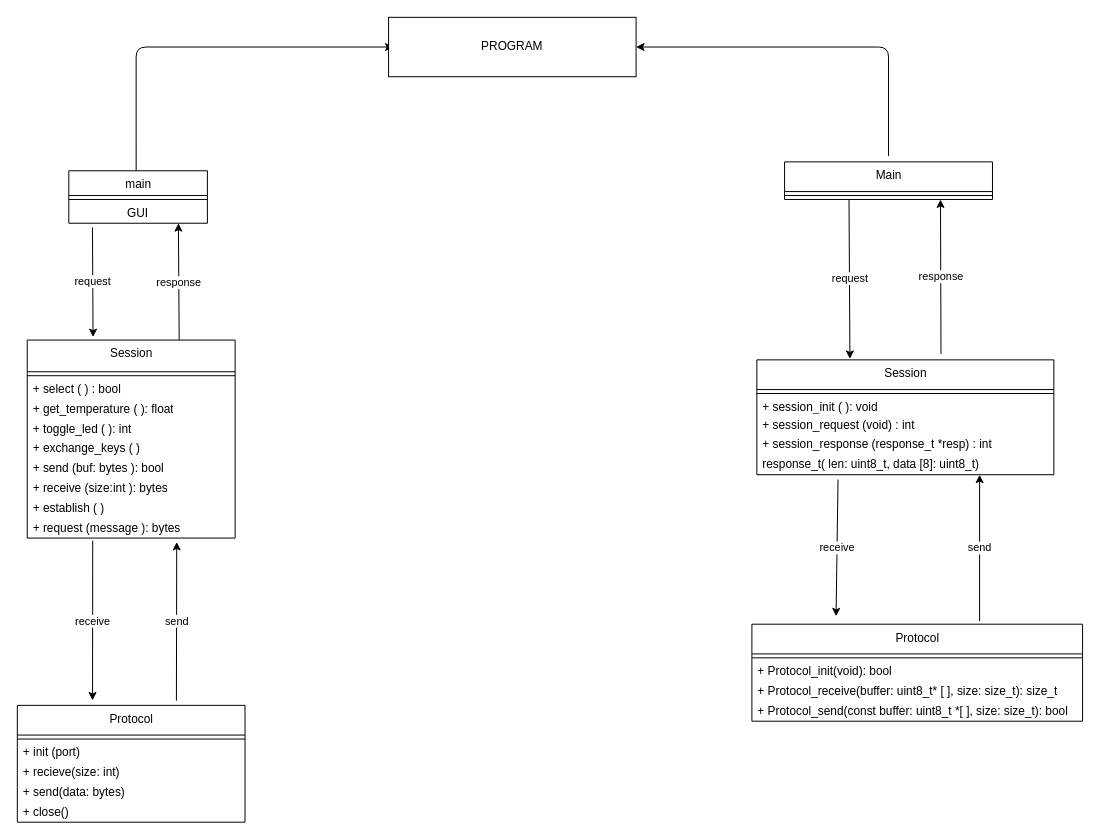
This is docs/diagram.drawio from nkkyviv/Security, a draw.io file, before an edit. Source tidied: cells renumbered, new cells numbered last; positions are measured from the earlier drawing's top-left corner, leaving out a move shared by most shapes. Both pictures are drawn from the tidied source at 99%, with x=0, y=0 at pixel (17, 17).
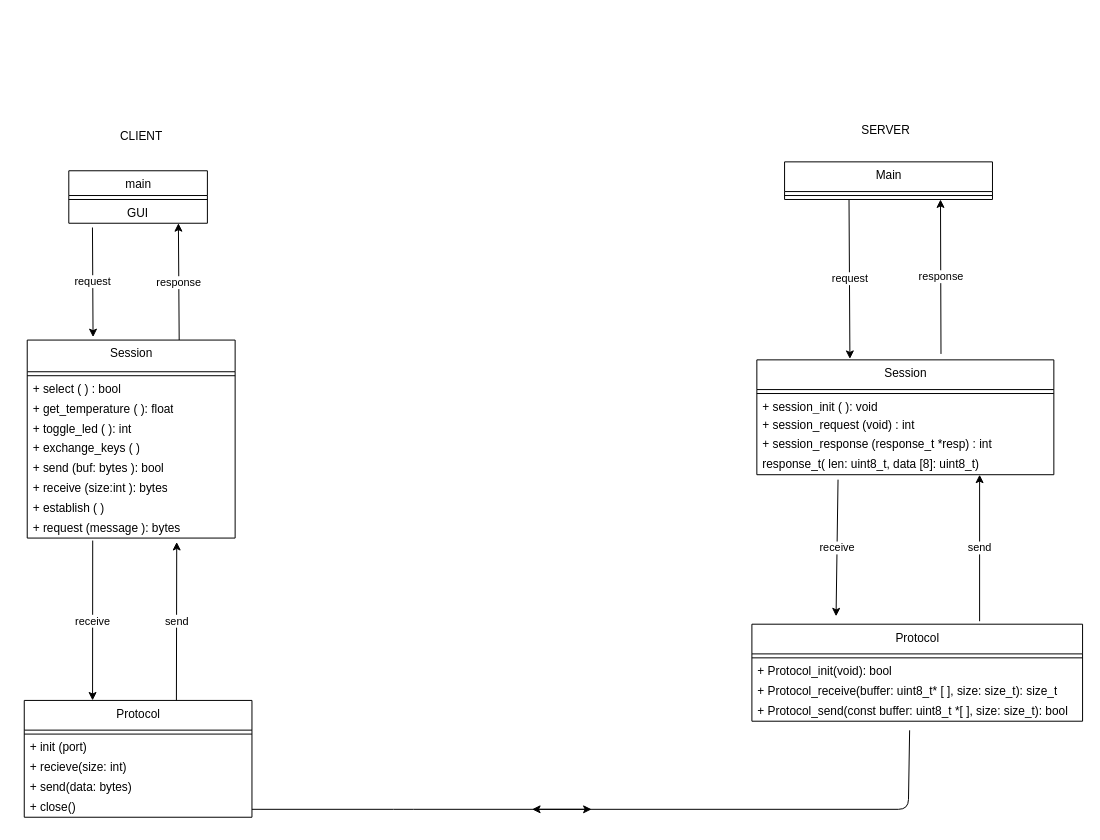
After the change.

Unchanged cells that the change refers to:
```xml
<mxCell id="6" value="+ Protocol_send(const buffer: uint8_t *[ ], size: size_t): bool" style="text;html=1;strokeColor=none;fillColor=none;align=left;verticalAlign=middle;spacingLeft=4;spacingRight=4;overflow=hidden;points=[[0,0.5],[1,0.5]];portConstraint=eastwest;" parent="2" vertex="1">
  <mxGeometry y="78" width="334" height="20" as="geometry" />
</mxCell>
<mxCell id="40" value="main" style="swimlane;fontStyle=0;align=center;verticalAlign=top;horizontal=1;startSize=25;html=1;" parent="1" vertex="1">
  <mxGeometry x="52" y="155" width="140" height="53" as="geometry" />
</mxCell>
```

What changed in the source:
```diff
@@
-    <mxCell id="7" style="edgeStyle=none;html=1;entryX=1;entryY=0.5;entryDx=0;entryDy=0;" parent="1" edge="1" target="12">
-      <mxGeometry relative="1" as="geometry">
-        <mxPoint x="880" y="140" as="sourcePoint" />
-        <Array as="points">
-          <mxPoint x="880" y="30" />
-        </Array>
-      </mxGeometry>
-    </mxCell>
@@
-    <mxCell id="11" style="edgeStyle=none;html=1;exitX=0.486;exitY=0.283;exitDx=0;exitDy=0;exitPerimeter=0;" parent="1" edge="1" source="40">
-      <mxGeometry relative="1" as="geometry">
-        <mxPoint x="380" y="30" as="targetPoint" />
-        <Array as="points">
-          <mxPoint x="120" y="30" />
-        </Array>
-      </mxGeometry>
-    </mxCell>
-    <mxCell id="12" value="PROGRAM" style="rounded=0;whiteSpace=wrap;html=1;" parent="1" vertex="1">
-      <mxGeometry x="375" width="250" height="60" as="geometry" />
-    </mxCell>
@@
     <mxCell id="25" value="Protocol" style="swimlane;fontStyle=0;align=center;verticalAlign=top;horizontal=1;startSize=30;html=1;" parent="1" vertex="1">
-      <mxGeometry y="695" width="230" height="118" as="geometry" />
+      <mxGeometry x="7" y="690" width="230" height="118" as="geometry" />
     </mxCell>
@@
+    <mxCell id="45" value="CLIENT" style="text;html=1;align=center;verticalAlign=middle;strokeColor=none;fillColor=none;" parent="1" vertex="1">
+      <mxGeometry x="90" y="105" width="70" height="30" as="geometry" />
+    </mxCell>
+    <mxCell id="46" value="SERVER" style="text;html=1;align=center;verticalAlign=middle;strokeColor=none;fillColor=none;" parent="1" vertex="1">
+      <mxGeometry x="842" y="99" width="70" height="30" as="geometry" />
+    </mxCell>
+    <mxCell id="47" style="edgeStyle=elbowEdgeStyle;html=1;exitX=1;exitY=0.901;exitDx=0;exitDy=0;exitPerimeter=0;" parent="1" edge="1">
+      <mxGeometry relative="1" as="geometry">
+        <mxPoint x="237" y="800" as="sourcePoint" />
+        <mxPoint x="580" y="800" as="targetPoint" />
+        <Array as="points">
+          <mxPoint x="390" y="794" />
+        </Array>
+      </mxGeometry>
+    </mxCell>
+    <mxCell id="48" style="endArrow=classic;html=1;elbow=vertical;exitX=0.477;exitY=1.459;exitDx=0;exitDy=0;exitPerimeter=0;" parent="1" edge="1" source="6">
+      <mxGeometry relative="1" as="geometry">
+        <mxPoint x="520" y="800" as="targetPoint" />
+        <Array as="points">
+          <mxPoint x="900" y="800" />
+        </Array>
+      </mxGeometry>
+    </mxCell>
```
